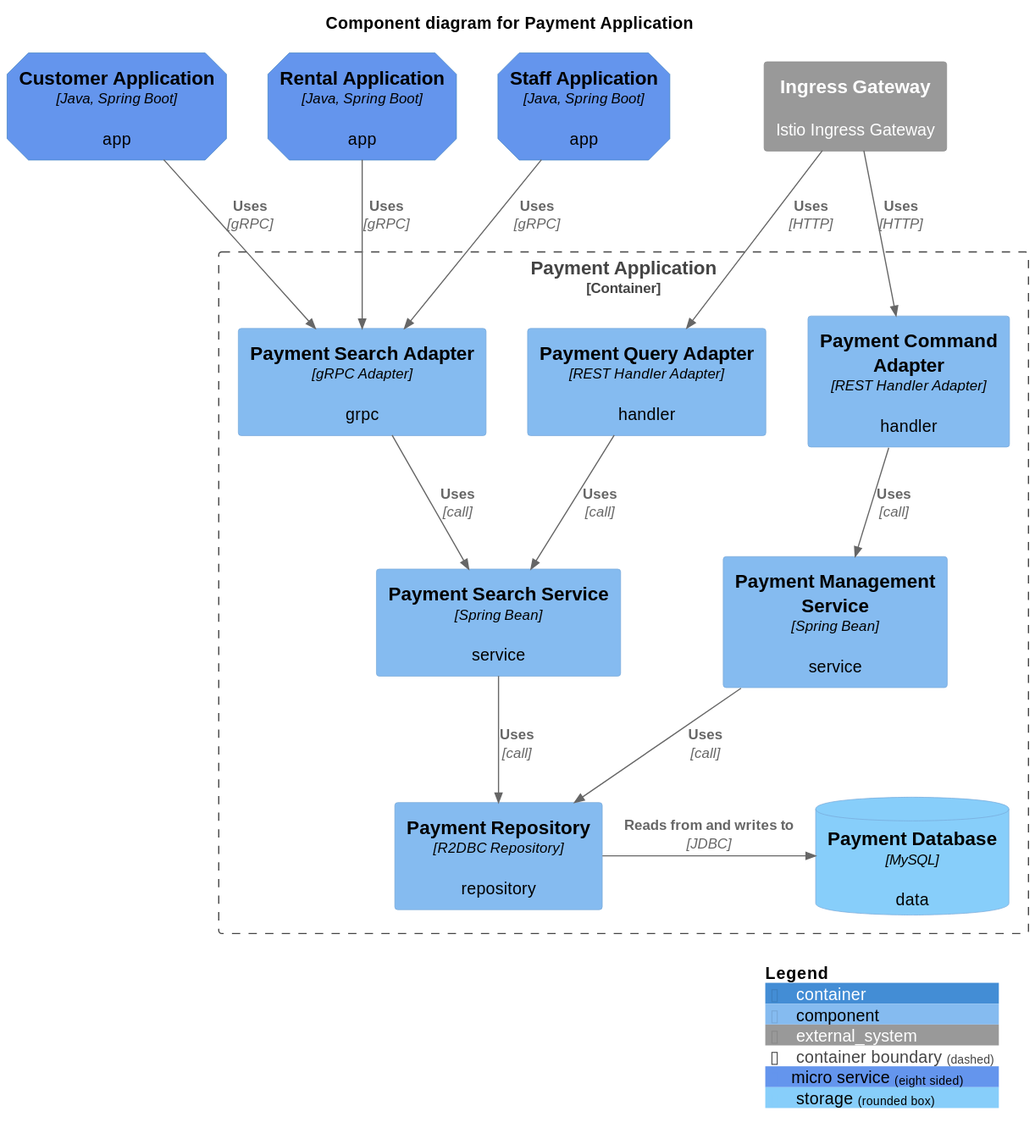
Above: diagram/component/payment-application.svg in codejsha/sakila-microservices (PlantUML), before the change.
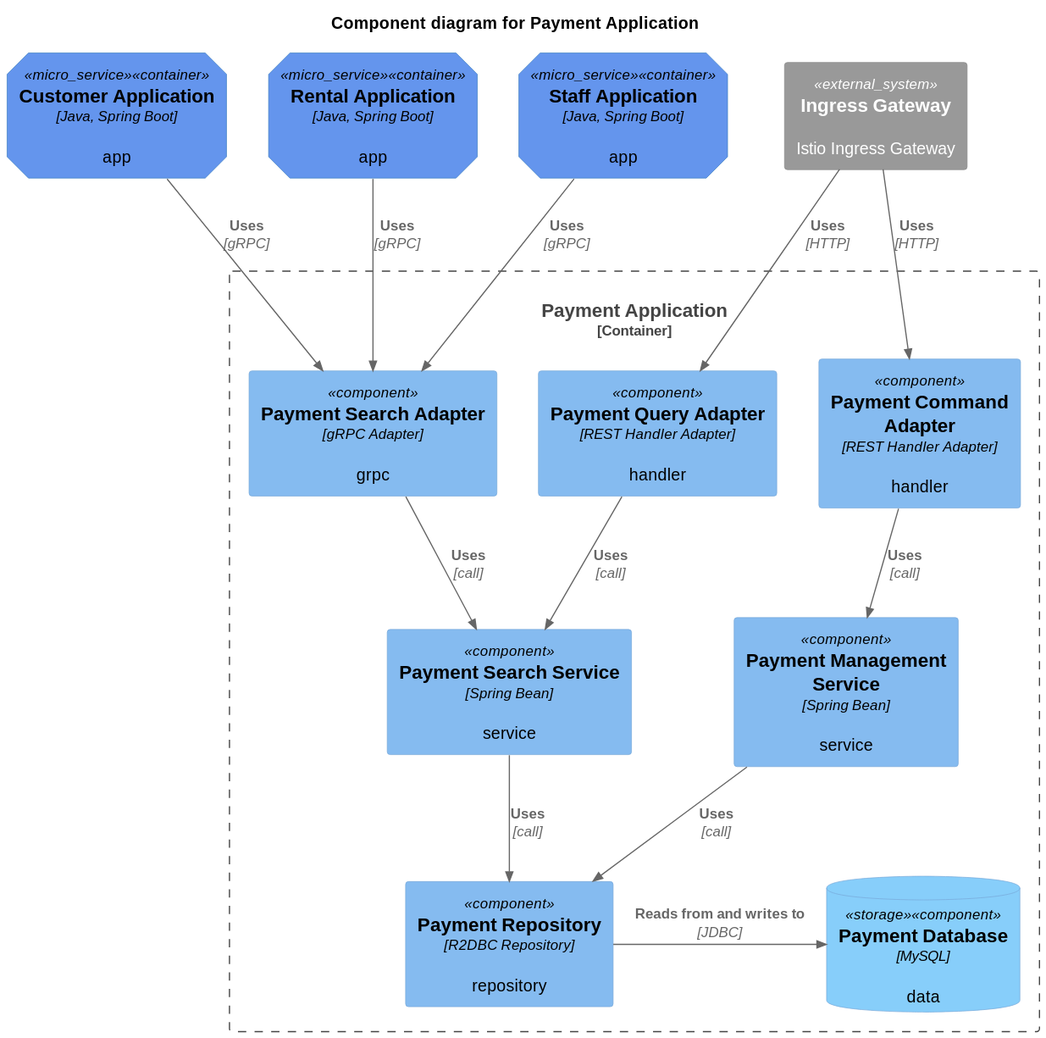
The same file after the commit.

What changed in the source:
```diff
@@ -37,6 +37,4 @@
 Rel(staff_app, payment_search_adapter, "Uses", "gRPC")
 Rel(ingress_gateway, command_adapter, "Uses", "HTTP")
 Rel(ingress_gateway, query_adapter, "Uses", "HTTP")
-
-SHOW_LEGEND()
 @enduml
```
